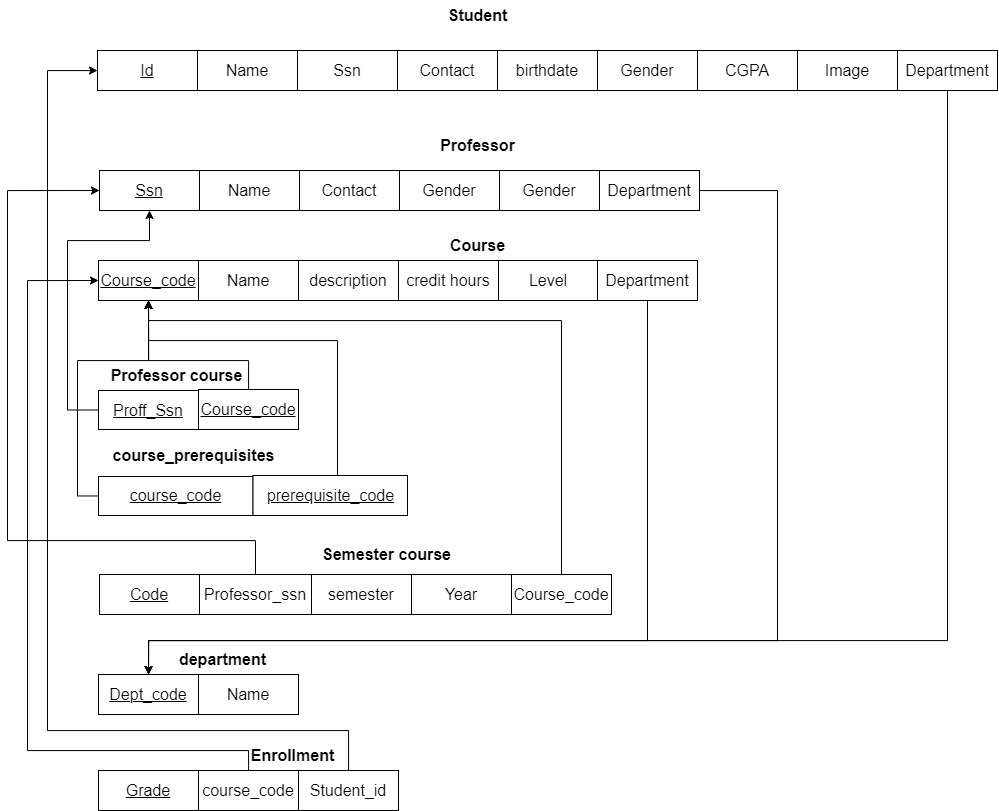
Before: diagrams/Mapping.png, a diagram exported from draw.io (DiaaAhmedHassan/university_system). Source tidied: cells renumbered, new cells last; positions are measured from the earlier drawing's top-left corner, leaving out a move shared by most shapes.
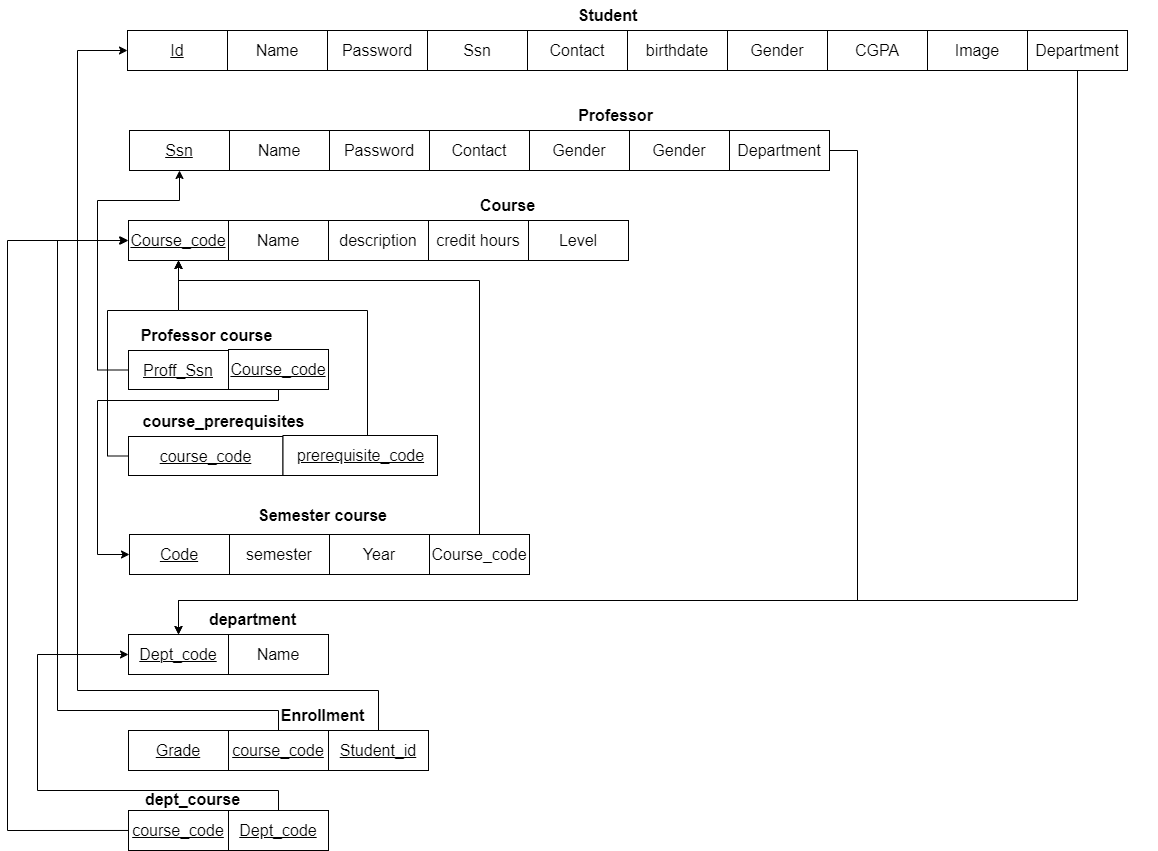
After the change.

Commit message:
modefied mapping diagram runable sql

The edit, as a diff of the source:
```diff
@@ -2,9 +2,6 @@
   <root>
     <mxCell id="0" />
     <mxCell id="1" parent="0" />
-    <mxCell id="2" value="&lt;font style=&quot;font-size: 16px;&quot;&gt;&lt;b&gt;Student&lt;/b&gt;&lt;/font&gt;" style="text;html=1;align=center;verticalAlign=middle;strokeColor=none;fillColor=none;" parent="1" vertex="1">
-      <mxGeometry x="430" width="80" height="30" as="geometry" />
-    </mxCell>
     <mxCell id="3" style="group;" parent="1" vertex="1">
       <mxGeometry x="100" y="170" width="700" height="40" as="geometry" />
     </mxCell>
@@ -15,22 +12,28 @@
       <mxGeometry x="92" width="100" height="40" as="geometry" />
     </mxCell>
     <mxCell id="6" value="&lt;font style=&quot;font-size: 16px;&quot;&gt;Contact&lt;/font&gt;" style="rounded=0;whiteSpace=wrap;html=1;" parent="3" vertex="1">
-      <mxGeometry x="192" width="100" height="40" as="geometry" />
+      <mxGeometry x="292" width="100" height="40" as="geometry" />
     </mxCell>
     <mxCell id="7" value="&lt;span style=&quot;font-size: 16px;&quot;&gt;Gender&lt;/span&gt;" style="rounded=0;whiteSpace=wrap;html=1;" parent="3" vertex="1">
-      <mxGeometry x="292" width="100" height="40" as="geometry" />
+      <mxGeometry x="392" width="100" height="40" as="geometry" />
     </mxCell>
     <mxCell id="8" value="&lt;span style=&quot;font-size: 16px;&quot;&gt;Gender&lt;/span&gt;" style="rounded=0;whiteSpace=wrap;html=1;" parent="3" vertex="1">
-      <mxGeometry x="392" width="100" height="40" as="geometry" />
+      <mxGeometry x="492" width="100" height="40" as="geometry" />
     </mxCell>
     <mxCell id="9" value="&lt;span style=&quot;font-size: 16px;&quot;&gt;Department&lt;/span&gt;" style="rounded=0;whiteSpace=wrap;html=1;" parent="3" vertex="1">
-      <mxGeometry x="492" width="100" height="40" as="geometry" />
+      <mxGeometry x="592" width="100" height="40" as="geometry" />
     </mxCell>
+    <mxCell id="44" value="&lt;font style=&quot;font-size: 16px;&quot;&gt;&lt;b&gt;Professor&lt;/b&gt;&lt;/font&gt;" style="text;html=1;align=center;verticalAlign=middle;strokeColor=none;fillColor=none;" parent="3" vertex="1">
+      <mxGeometry x="428" y="-30" width="100" height="30" as="geometry" />
+    </mxCell>
+    <mxCell id="65" value="&lt;font style=&quot;font-size: 16px;&quot;&gt;Password&lt;/font&gt;" style="rounded=0;whiteSpace=wrap;html=1;" parent="3" vertex="1">
+      <mxGeometry x="192" width="100" height="40" as="geometry" />
+    </mxCell>
     <mxCell id="10" style="group;" parent="1" vertex="1">
-      <mxGeometry x="90" y="50" width="800" height="40" as="geometry" />
+      <mxGeometry x="90" y="70" width="1030" height="40" as="geometry" />
     </mxCell>
     <mxCell id="11" style="group;" parent="10" vertex="1">
-      <mxGeometry width="700" height="40" as="geometry" />
+      <mxGeometry width="1030" height="40" as="geometry" />
     </mxCell>
     <mxCell id="12" value="&lt;u&gt;&lt;font style=&quot;font-size: 16px;&quot;&gt;Id&lt;/font&gt;&lt;/u&gt;" style="rounded=0;whiteSpace=wrap;html=1;" parent="11" vertex="1">
       <mxGeometry width="100" height="40" as="geometry" />
@@ -38,24 +41,33 @@
     <mxCell id="13" value="&lt;font style=&quot;font-size: 16px;&quot;&gt;Name&lt;/font&gt;" style="rounded=0;whiteSpace=wrap;html=1;" parent="11" vertex="1">
       <mxGeometry x="100" width="100" height="40" as="geometry" />
     </mxCell>
+    <mxCell id="2" value="&lt;font style=&quot;font-size: 16px;&quot;&gt;&lt;b&gt;Student&lt;/b&gt;&lt;/font&gt;" style="text;html=1;align=center;verticalAlign=middle;strokeColor=none;fillColor=none;" parent="11" vertex="1">
+      <mxGeometry x="440" y="-30" width="80" height="30" as="geometry" />
+    </mxCell>
     <mxCell id="14" value="&lt;font style=&quot;font-size: 16px;&quot;&gt;Ssn&lt;/font&gt;" style="rounded=0;whiteSpace=wrap;html=1;" parent="11" vertex="1">
-      <mxGeometry x="200" width="100" height="40" as="geometry" />
+      <mxGeometry x="300" width="100" height="40" as="geometry" />
     </mxCell>
     <mxCell id="15" value="&lt;font style=&quot;font-size: 16px;&quot;&gt;Contact&lt;/font&gt;" style="rounded=0;whiteSpace=wrap;html=1;" parent="11" vertex="1">
-      <mxGeometry x="300" width="100" height="40" as="geometry" />
+      <mxGeometry x="400" width="100" height="40" as="geometry" />
     </mxCell>
     <mxCell id="16" value="&lt;font style=&quot;font-size: 16px;&quot;&gt;birthdate&lt;/font&gt;" style="rounded=0;whiteSpace=wrap;html=1;" parent="11" vertex="1">
-      <mxGeometry x="400" width="100" height="40" as="geometry" />
+      <mxGeometry x="500" width="100" height="40" as="geometry" />
     </mxCell>
     <mxCell id="17" value="&lt;span style=&quot;font-size: 16px;&quot;&gt;Gender&lt;/span&gt;" style="rounded=0;whiteSpace=wrap;html=1;" parent="11" vertex="1">
-      <mxGeometry x="500" width="100" height="40" as="geometry" />
+      <mxGeometry x="600" width="100" height="40" as="geometry" />
     </mxCell>
     <mxCell id="18" value="&lt;font style=&quot;font-size: 16px;&quot;&gt;CGPA&lt;/font&gt;" style="rounded=0;whiteSpace=wrap;html=1;" parent="11" vertex="1">
-      <mxGeometry x="600" width="100" height="40" as="geometry" />
+      <mxGeometry x="700" width="100" height="40" as="geometry" />
     </mxCell>
-    <mxCell id="19" value="&lt;font style=&quot;font-size: 16px;&quot;&gt;Image&lt;/font&gt;" style="rounded=0;whiteSpace=wrap;html=1;" parent="10" vertex="1">
-      <mxGeometry x="700" width="100" height="40" as="geometry" />
+    <mxCell id="19" value="&lt;font style=&quot;font-size: 16px;&quot;&gt;Image&lt;/font&gt;" style="rounded=0;whiteSpace=wrap;html=1;" parent="11" vertex="1">
+      <mxGeometry x="800" width="100" height="40" as="geometry" />
     </mxCell>
+    <mxCell id="42" value="&lt;font style=&quot;font-size: 16px;&quot;&gt;Department&lt;/font&gt;" style="rounded=0;whiteSpace=wrap;html=1;" parent="11" vertex="1">
+      <mxGeometry x="900" width="100" height="40" as="geometry" />
+    </mxCell>
+    <mxCell id="66" value="&lt;font style=&quot;font-size: 16px;&quot;&gt;Password&lt;/font&gt;" style="rounded=0;whiteSpace=wrap;html=1;" parent="11" vertex="1">
+      <mxGeometry x="200" width="100" height="40" as="geometry" />
+    </mxCell>
     <mxCell id="20" value="&lt;font style=&quot;font-size: 16px;&quot;&gt;&lt;b&gt;Course&lt;/b&gt;&lt;/font&gt;" style="text;html=1;align=center;verticalAlign=middle;strokeColor=none;fillColor=none;" parent="1" vertex="1">
       <mxGeometry x="430" y="230" width="80" height="30" as="geometry" />
     </mxCell>
@@ -69,13 +81,13 @@
       <mxGeometry x="8" y="284" width="100" height="40" as="geometry" />
     </mxCell>
     <mxCell id="24" value="&lt;font style=&quot;font-size: 16px;&quot;&gt;semester&lt;/font&gt;" style="rounded=0;whiteSpace=wrap;html=1;" parent="22" vertex="1">
-      <mxGeometry x="220" y="284" width="100" height="40" as="geometry" />
+      <mxGeometry x="108" y="284" width="100" height="40" as="geometry" />
     </mxCell>
     <mxCell id="25" value="&lt;font style=&quot;font-size: 16px;&quot;&gt;Year&lt;/font&gt;" style="rounded=0;whiteSpace=wrap;html=1;" parent="22" vertex="1">
-      <mxGeometry x="320" y="284" width="100" height="40" as="geometry" />
+      <mxGeometry x="208" y="284" width="100" height="40" as="geometry" />
     </mxCell>
     <mxCell id="26" value="&lt;font style=&quot;font-size: 16px;&quot;&gt;Course_code&lt;/font&gt;" style="rounded=0;whiteSpace=wrap;html=1;" parent="22" vertex="1">
-      <mxGeometry x="420" y="284" width="100" height="40" as="geometry" />
+      <mxGeometry x="308" y="284" width="100" height="40" as="geometry" />
     </mxCell>
     <mxCell id="27" style="group;" parent="22" vertex="1">
       <mxGeometry x="7" y="384" width="200" height="40" as="geometry" />
@@ -86,17 +98,14 @@
     <mxCell id="29" value="&lt;font style=&quot;font-size: 16px;&quot;&gt;Name&lt;/font&gt;" style="rounded=0;whiteSpace=wrap;html=1;" parent="27" vertex="1">
       <mxGeometry x="100" width="100" height="40" as="geometry" />
     </mxCell>
-    <mxCell id="30" value="&lt;font style=&quot;font-size: 16px;&quot;&gt;Professor_ssn&lt;/font&gt;" style="rounded=0;whiteSpace=wrap;html=1;" parent="22" vertex="1">
-      <mxGeometry x="108" y="284" width="112" height="40" as="geometry" />
-    </mxCell>
     <mxCell id="31" value="&lt;font style=&quot;font-size: 16px;&quot;&gt;&lt;b&gt;Professor course&lt;span style=&quot;white-space: pre;&quot;&gt;&#9;&lt;/span&gt;&lt;/b&gt;&lt;/font&gt;" style="text;html=1;align=center;verticalAlign=middle;strokeColor=none;fillColor=none;" parent="22" vertex="1">
       <mxGeometry y="70" width="170" height="30" as="geometry" />
     </mxCell>
     <mxCell id="32" value="&lt;span style=&quot;font-size: 16px;&quot;&gt;&lt;b&gt;course_prerequisites&lt;/b&gt;&lt;/span&gt;" style="text;html=1;align=center;verticalAlign=middle;strokeColor=none;fillColor=none;" parent="22" vertex="1">
-      <mxGeometry x="7" y="150" width="190" height="30" as="geometry" />
+      <mxGeometry x="7" y="156" width="190" height="30" as="geometry" />
     </mxCell>
     <mxCell id="33" value="&lt;font style=&quot;font-size: 16px;&quot;&gt;&lt;b&gt;Semester course&lt;/b&gt;&lt;/font&gt;" style="text;html=1;align=center;verticalAlign=middle;strokeColor=none;fillColor=none;" parent="22" vertex="1">
-      <mxGeometry x="220" y="249" width="150" height="30" as="geometry" />
+      <mxGeometry x="126" y="250" width="150" height="30" as="geometry" />
     </mxCell>
     <mxCell id="34" value="&lt;font style=&quot;font-size: 16px;&quot;&gt;&lt;b&gt;department&lt;/b&gt;&lt;/font&gt;" style="text;html=1;align=center;verticalAlign=middle;strokeColor=none;fillColor=none;" parent="22" vertex="1">
       <mxGeometry x="76" y="354" width="110" height="30" as="geometry" />
@@ -122,26 +131,20 @@
     <mxCell id="41" style="edgeStyle=orthogonalEdgeStyle;rounded=0;jettySize=auto;html=1;exitX=0.5;exitY=1;exitDx=0;exitDy=0;" parent="1" edge="1" source="42" target="28">
       <mxGeometry relative="1" as="geometry">
         <Array as="points">
-          <mxPoint x="940" y="640" />
+          <mxPoint x="1040" y="640" />
           <mxPoint x="141" y="640" />
         </Array>
       </mxGeometry>
     </mxCell>
-    <mxCell id="42" value="&lt;font style=&quot;font-size: 16px;&quot;&gt;Department&lt;/font&gt;" style="rounded=0;whiteSpace=wrap;html=1;" parent="1" vertex="1">
-      <mxGeometry x="890" y="50" width="100" height="40" as="geometry" />
-    </mxCell>
     <mxCell id="43" style="edgeStyle=orthogonalEdgeStyle;rounded=0;jettySize=auto;html=1;entryX=0.5;entryY=0;entryDx=0;entryDy=0;" parent="1" edge="1" source="9" target="28">
       <mxGeometry relative="1" as="geometry">
         <Array as="points">
-          <mxPoint x="770" y="190" />
-          <mxPoint x="770" y="640" />
+          <mxPoint x="820" y="190" />
+          <mxPoint x="820" y="640" />
           <mxPoint x="141" y="640" />
         </Array>
       </mxGeometry>
     </mxCell>
-    <mxCell id="44" value="&lt;font style=&quot;font-size: 16px;&quot;&gt;&lt;b&gt;Professor&lt;/b&gt;&lt;/font&gt;" style="text;html=1;align=center;verticalAlign=middle;strokeColor=none;fillColor=none;" parent="1" vertex="1">
-      <mxGeometry x="420" y="130" width="100" height="30" as="geometry" />
-    </mxCell>
     <mxCell id="45" style="edgeStyle=orthogonalEdgeStyle;rounded=0;jettySize=auto;html=1;entryX=0.5;entryY=1;entryDx=0;entryDy=0;exitX=0;exitY=0.5;exitDx=0;exitDy=0;" parent="1" edge="1" source="36" target="4">
       <mxGeometry relative="1" as="geometry">
         <Array as="points">
@@ -151,28 +154,20 @@
         </Array>
       </mxGeometry>
     </mxCell>
-    <mxCell id="46" style="edgeStyle=orthogonalEdgeStyle;rounded=0;jettySize=auto;html=1;entryX=0.5;entryY=1;entryDx=0;entryDy=0;" parent="1" edge="1" source="37" target="50">
-      <mxGeometry relative="1" as="geometry">
-        <Array as="points">
-          <mxPoint x="241" y="360" />
-          <mxPoint x="141" y="360" />
-        </Array>
-      </mxGeometry>
-    </mxCell>
     <mxCell id="47" style="edgeStyle=orthogonalEdgeStyle;rounded=0;jettySize=auto;html=1;entryX=0.5;entryY=1;entryDx=0;entryDy=0;" parent="1" edge="1" source="39" target="50">
       <mxGeometry relative="1" as="geometry">
         <Array as="points">
-          <mxPoint x="70" y="496" />
-          <mxPoint x="70" y="360" />
-          <mxPoint x="141" y="360" />
+          <mxPoint x="70" y="495" />
+          <mxPoint x="70" y="350" />
+          <mxPoint x="141" y="350" />
         </Array>
       </mxGeometry>
     </mxCell>
     <mxCell id="48" style="edgeStyle=orthogonalEdgeStyle;rounded=0;jettySize=auto;html=1;entryX=0.5;entryY=1;entryDx=0;entryDy=0;" parent="1" edge="1" source="40" target="50">
       <mxGeometry relative="1" as="geometry">
         <Array as="points">
-          <mxPoint x="330" y="340" />
-          <mxPoint x="141" y="340" />
+          <mxPoint x="330" y="350" />
+          <mxPoint x="141" y="350" />
         </Array>
       </mxGeometry>
     </mxCell>
@@ -194,25 +189,14 @@
     <mxCell id="54" value="&lt;font style=&quot;font-size: 16px;&quot;&gt;Level&lt;/font&gt;" style="rounded=0;whiteSpace=wrap;html=1;" parent="49" vertex="1">
       <mxGeometry x="400" width="100" height="40" as="geometry" />
     </mxCell>
-    <mxCell id="55" value="&lt;span style=&quot;font-size: 16px;&quot;&gt;Department&lt;/span&gt;" style="rounded=0;whiteSpace=wrap;html=1;" parent="49" vertex="1">
-      <mxGeometry x="499" width="100" height="40" as="geometry" />
-    </mxCell>
-    <mxCell id="56" style="edgeStyle=orthogonalEdgeStyle;rounded=0;jettySize=auto;html=1;entryX=0.5;entryY=1;entryDx=0;entryDy=0;" parent="1" edge="1" source="26" target="50">
+    <mxCell id="56" style="edgeStyle=orthogonalEdgeStyle;rounded=0;jettySize=auto;html=1;entryX=0.5;entryY=1;entryDx=0;entryDy=0;exitX=0.5;exitY=0;exitDx=0;exitDy=0;" parent="1" edge="1" source="26" target="50">
       <mxGeometry relative="1" as="geometry">
         <Array as="points">
-          <mxPoint x="554" y="320" />
+          <mxPoint x="442" y="320" />
           <mxPoint x="141" y="320" />
         </Array>
       </mxGeometry>
     </mxCell>
-    <mxCell id="57" style="edgeStyle=orthogonalEdgeStyle;rounded=0;jettySize=auto;html=1;entryX=0.5;entryY=0;entryDx=0;entryDy=0;" parent="1" edge="1" source="55" target="28">
-      <mxGeometry relative="1" as="geometry">
-        <Array as="points">
-          <mxPoint x="640" y="640" />
-          <mxPoint x="141" y="640" />
-        </Array>
-      </mxGeometry>
-    </mxCell>
     <mxCell id="58" value="&lt;font style=&quot;font-size: 16px;&quot;&gt;&lt;u&gt;Grade&lt;/u&gt;&lt;/font&gt;" style="rounded=0;whiteSpace=wrap;html=1;" parent="1" vertex="1">
       <mxGeometry x="91" y="770" width="100" height="40" as="geometry" />
     </mxCell>
@@ -225,7 +209,7 @@
         </Array>
       </mxGeometry>
     </mxCell>
-    <mxCell id="60" value="&lt;span style=&quot;font-size: 16px;&quot;&gt;course_code&lt;/span&gt;" style="rounded=0;whiteSpace=wrap;html=1;" parent="1" vertex="1">
+    <mxCell id="60" value="&lt;span style=&quot;font-size: 16px;&quot;&gt;&lt;u&gt;course_code&lt;/u&gt;&lt;/span&gt;" style="rounded=0;whiteSpace=wrap;html=1;" parent="1" vertex="1">
       <mxGeometry x="191" y="770" width="100" height="40" as="geometry" />
     </mxCell>
     <mxCell id="61" style="edgeStyle=orthogonalEdgeStyle;rounded=0;jettySize=auto;html=1;" parent="1" edge="1" source="62" target="12">
@@ -233,24 +217,52 @@
         <Array as="points">
           <mxPoint x="341" y="730" />
           <mxPoint x="40" y="730" />
-          <mxPoint x="40" y="70" />
+          <mxPoint x="40" y="90" />
         </Array>
       </mxGeometry>
     </mxCell>
-    <mxCell id="62" value="&lt;font style=&quot;font-size: 16px;&quot;&gt;Student_id&lt;/font&gt;" style="rounded=0;whiteSpace=wrap;html=1;" parent="1" vertex="1">
+    <mxCell id="62" value="&lt;font style=&quot;font-size: 16px;&quot;&gt;&lt;u&gt;Student_id&lt;/u&gt;&lt;/font&gt;" style="rounded=0;whiteSpace=wrap;html=1;" parent="1" vertex="1">
       <mxGeometry x="291" y="770" width="100" height="40" as="geometry" />
     </mxCell>
     <mxCell id="63" value="&lt;font style=&quot;font-size: 16px;&quot;&gt;&lt;b&gt;Enrollment&lt;/b&gt;&lt;/font&gt;" style="text;html=1;align=center;verticalAlign=middle;strokeColor=none;fillColor=none;" parent="1" vertex="1">
       <mxGeometry x="230" y="740" width="110" height="30" as="geometry" />
     </mxCell>
-    <mxCell id="64" style="edgeStyle=orthogonalEdgeStyle;rounded=0;jettySize=auto;html=1;entryX=0;entryY=0.5;entryDx=0;entryDy=0;" parent="1" edge="1" source="30" target="4">
-      <mxGeometry relative="1" as="geometry">
-        <Array as="points">
-          <mxPoint x="248" y="540" />
-          <mxPoint y="540" />
-          <mxPoint y="190" />
-        </Array>
-      </mxGeometry>
-    </mxCell>
+    <mxCell id="67" style="edgeStyle=orthogonalEdgeStyle;rounded=0;jettySize=auto;html=1;entryX=0;entryY=0.5;entryDx=0;entryDy=0;" parent="1" edge="1" source="68" target="28">
+      <mxGeometry relative="1" as="geometry">
+        <Array as="points">
+          <mxPoint x="241" y="830" />
+          <mxPoint y="830" />
+          <mxPoint y="694" />
+        </Array>
+      </mxGeometry>
+    </mxCell>
+    <mxCell id="68" value="&lt;span style=&quot;font-size: 16px;&quot;&gt;&lt;u&gt;Dept_code&lt;/u&gt;&lt;/span&gt;" style="rounded=0;whiteSpace=wrap;html=1;" parent="1" vertex="1">
+      <mxGeometry x="191" y="850" width="100" height="40" as="geometry" />
+    </mxCell>
+    <mxCell id="69" style="edgeStyle=orthogonalEdgeStyle;rounded=0;jettySize=auto;html=1;entryX=0;entryY=0.5;entryDx=0;entryDy=0;" parent="1" edge="1" source="37" target="23">
+      <mxGeometry relative="1" as="geometry">
+        <Array as="points">
+          <mxPoint x="241" y="440" />
+          <mxPoint x="60" y="440" />
+          <mxPoint x="60" y="594" />
+        </Array>
+      </mxGeometry>
+    </mxCell>
+    <mxCell id="70" style="edgeStyle=orthogonalEdgeStyle;rounded=0;orthogonalLoop=1;jettySize=auto;html=1;" parent="1" edge="1">
+      <mxGeometry relative="1" as="geometry">
+        <mxPoint x="111" y="870" as="sourcePoint" />
+        <mxPoint x="90" y="280" as="targetPoint" />
+        <Array as="points">
+          <mxPoint x="-30" y="870" />
+          <mxPoint x="-30" y="280" />
+        </Array>
+      </mxGeometry>
+    </mxCell>
+    <mxCell id="71" value="&lt;span style=&quot;font-size: 16px;&quot;&gt;&lt;u&gt;course_code&lt;/u&gt;&lt;/span&gt;" style="rounded=0;whiteSpace=wrap;html=1;" parent="1" vertex="1">
+      <mxGeometry x="91" y="850" width="100" height="40" as="geometry" />
+    </mxCell>
+    <mxCell id="72" value="&lt;font style=&quot;font-size: 16px;&quot;&gt;&lt;b&gt;dept_course&lt;/b&gt;&lt;/font&gt;" style="text;html=1;align=center;verticalAlign=middle;strokeColor=none;fillColor=none;" parent="1" vertex="1">
+      <mxGeometry x="95" y="824" width="120" height="30" as="geometry" />
+    </mxCell>
   </root>
 </mxGraphModel>
```
